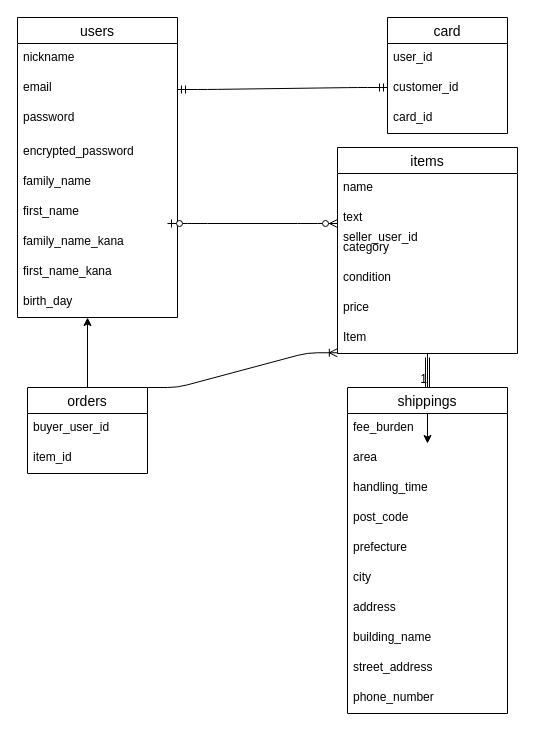
Before: furima.dio in aryu-shan/furima-39943, a draw.io diagram. Source tidied: cells renumbered, new cells numbered last; positions are measured from the earlier drawing's top-left corner, leaving out a move shared by most shapes. Both pictures are drawn from the tidied source at 100%, with x=0, y=0 at pixel (17, 17).
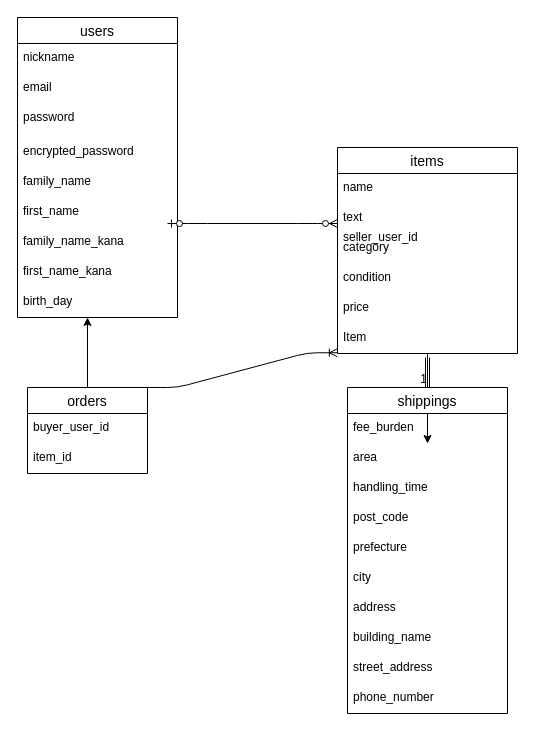
After the change.

Commit message (it also covers changes not shown here):
README・ER図修正（カード情報削除）

What changed in the source:
```diff
@@
-    <mxCell id="35" value="card" style="swimlane;fontStyle=0;horizontal=1;startSize=26;align=center;fontSize=14;" parent="1" vertex="1">
-      <mxGeometry x="370" width="120" height="116" as="geometry" />
-    </mxCell>
-    <mxCell id="36" value="user_id" style="text;strokeColor=none;fillColor=none;spacingLeft=4;spacingRight=4;overflow=hidden;fontSize=12;" parent="35" vertex="1">
-      <mxGeometry y="26" width="120" height="30" as="geometry" />
-    </mxCell>
-    <mxCell id="37" value="customer_id" style="text;strokeColor=none;fillColor=none;spacingLeft=4;spacingRight=4;overflow=hidden;fontSize=12;" parent="35" vertex="1">
-      <mxGeometry y="56" width="120" height="30" as="geometry" />
-    </mxCell>
-    <mxCell id="38" value="card_id" style="text;strokeColor=none;fillColor=none;spacingLeft=4;spacingRight=4;overflow=hidden;fontSize=12;" parent="35" vertex="1">
-      <mxGeometry y="86" width="120" height="30" as="geometry" />
-    </mxCell>
@@
-    <mxCell id="40" style="edgeStyle=entityRelationEdgeStyle;fontSize=12;html=1;endArrow=ERmandOne;startArrow=ERmandOne;" parent="1" edge="1">
-      <mxGeometry relative="1" as="geometry">
-        <mxPoint x="160" y="72" as="sourcePoint" />
-        <mxPoint x="370" y="70" as="targetPoint" />
-      </mxGeometry>
-    </mxCell>
```
